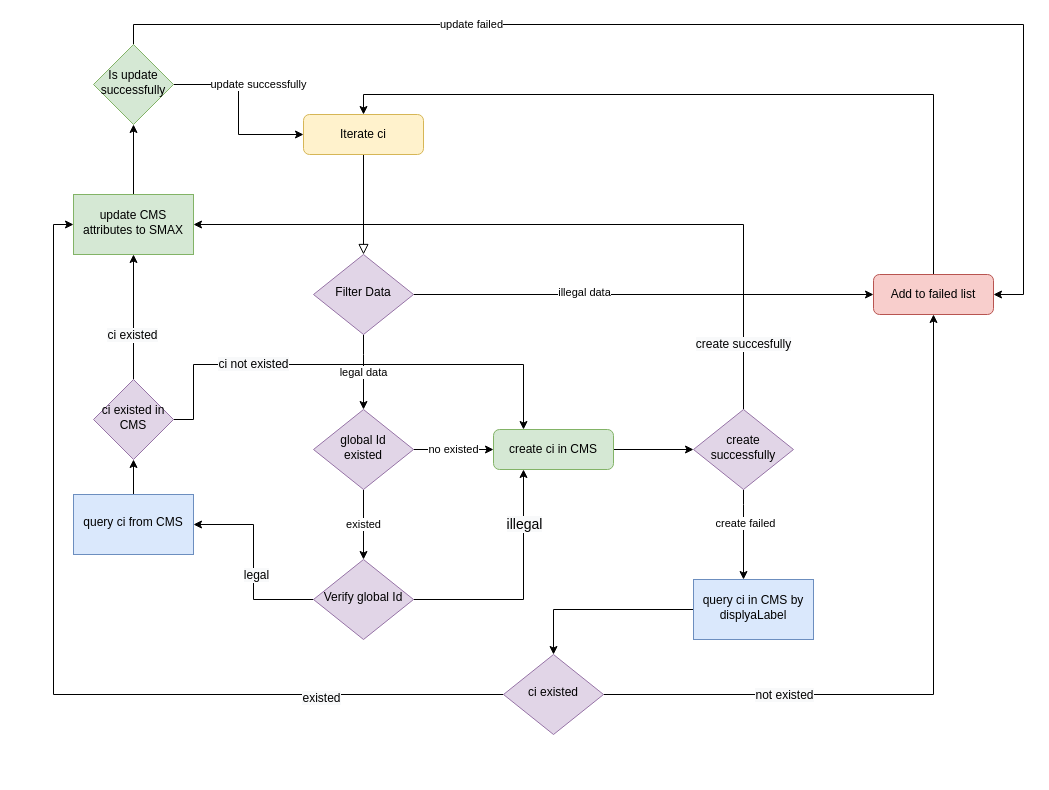
The draw.io diagram page "Page-1" (1 of 2) of 未命名绘图.drawio in Skylar-shanghai/diagrams, before the edit. Source tidied: cells renumbered, new cells numbered last; positions are measured from the earlier drawing's top-left corner, leaving out a move shared by most shapes. Both pictures are drawn from the tidied source at 100%, with x=0, y=0 at pixel (73, 24).
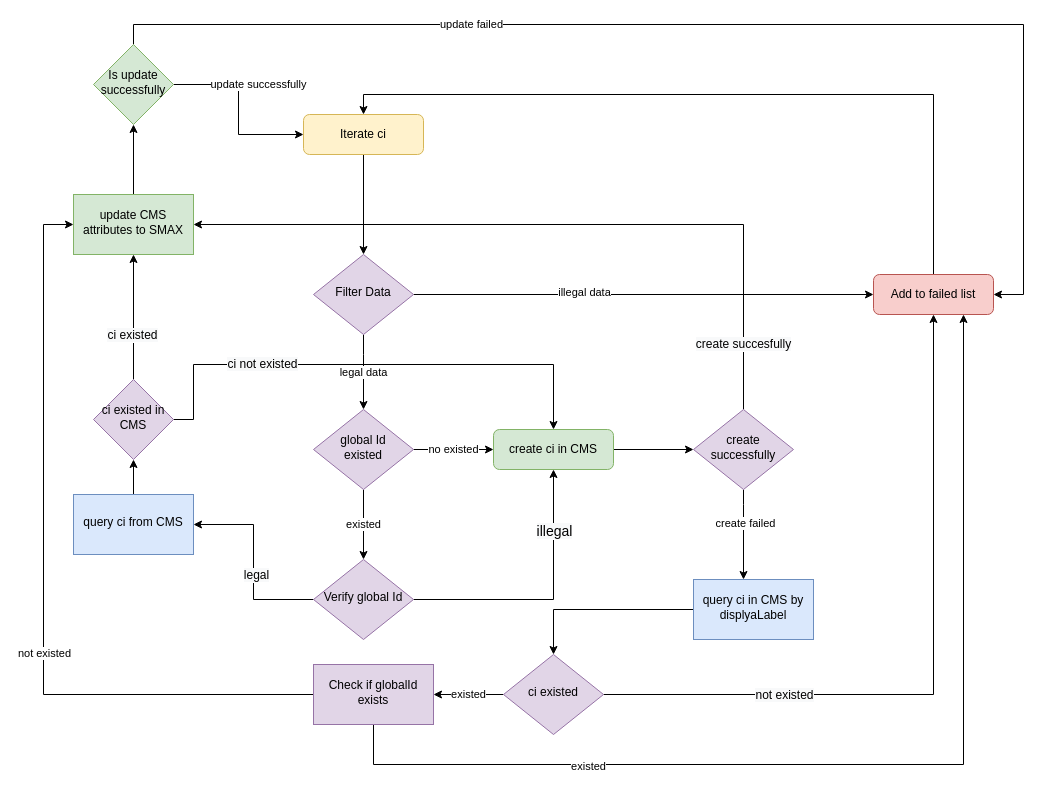
After the change.

Unchanged cells that the change refers to:
```xml
<mxCell id="3" value="Iterate ci" style="rounded=1;whiteSpace=wrap;html=1;fontSize=12;glass=0;strokeWidth=1;shadow=0;fillColor=#fff2cc;strokeColor=#d6b656;" parent="1" vertex="1">
  <mxGeometry x="230" y="90" width="120" height="40" as="geometry" />
</mxCell>
<mxCell id="7" value="Filter Data" style="rhombus;whiteSpace=wrap;html=1;shadow=0;fontFamily=Helvetica;fontSize=12;align=center;strokeWidth=1;spacing=6;spacingTop=-4;fillColor=#e1d5e7;strokeColor=#9673a6;" parent="1" vertex="1">
  <mxGeometry x="240" y="230" width="100" height="80" as="geometry" />
</mxCell>
<mxCell id="9" value="Add to failed list" style="rounded=1;whiteSpace=wrap;html=1;fontSize=12;glass=0;strokeWidth=1;shadow=0;fillColor=#f8cecc;strokeColor=#b85450;" parent="1" vertex="1">
  <mxGeometry x="800" y="250" width="120" height="40" as="geometry" />
</mxCell>
<mxCell id="14" value="create ci in CMS" style="rounded=1;whiteSpace=wrap;html=1;fontSize=12;glass=0;strokeWidth=1;shadow=0;fillColor=#d5e8d4;strokeColor=#82b366;" parent="1" vertex="1">
  <mxGeometry x="420" y="405" width="120" height="40" as="geometry" />
</mxCell>
<mxCell id="19" value="ci existed" style="rhombus;whiteSpace=wrap;html=1;shadow=0;fontFamily=Helvetica;fontSize=12;align=center;strokeWidth=1;spacing=6;spacingTop=-4;fillColor=#e1d5e7;strokeColor=#9673a6;" parent="1" vertex="1">
  <mxGeometry x="430" y="630" width="100" height="80" as="geometry" />
</mxCell>
<mxCell id="24" value="Verify global Id" style="rhombus;whiteSpace=wrap;html=1;shadow=0;fontFamily=Helvetica;fontSize=12;align=center;strokeWidth=1;spacing=6;spacingTop=-4;fillColor=#e1d5e7;strokeColor=#9673a6;" parent="1" vertex="1">
  <mxGeometry x="240" y="535" width="100" height="80" as="geometry" />
</mxCell>
<mxCell id="28" value="update CMS attributes to SMAX" style="whiteSpace=wrap;html=1;shadow=0;strokeWidth=1;spacing=6;spacingTop=-4;fillColor=#d5e8d4;strokeColor=#82b366;" parent="1" vertex="1">
  <mxGeometry y="170" width="120" height="60" as="geometry" />
</mxCell>
<mxCell id="33" value="ci existed in CMS" style="rhombus;whiteSpace=wrap;html=1;shadow=0;strokeWidth=1;spacing=6;spacingTop=-4;fillColor=#e1d5e7;strokeColor=#9673a6;" parent="1" vertex="1">
  <mxGeometry x="20" y="355" width="80" height="80" as="geometry" />
</mxCell>
```

What changed in the source:
```diff
@@
-    <mxCell id="2" style="rounded=0;html=1;jettySize=auto;fontSize=11;endArrow=block;endFill=0;endSize=8;strokeWidth=1;shadow=0;labelBackgroundColor=none;edgeStyle=orthogonalEdgeStyle;" parent="1" edge="1" source="3" target="7">
+    <mxCell id="2" style="edgeStyle=orthogonalEdgeStyle;rounded=0;jettySize=auto;html=1;" parent="1" edge="1" source="3" target="7">
       <mxGeometry relative="1" as="geometry" />
     </mxCell>
@@
-    <mxCell id="17" style="edgeStyle=orthogonalEdgeStyle;rounded=0;jettySize=auto;html=1;entryX=0;entryY=0.5;entryDx=0;entryDy=0;" parent="1" edge="1" source="19" target="28">
-      <mxGeometry relative="1" as="geometry" />
-    </mxCell>
-    <mxCell id="18" value="&lt;span style=&quot;font-size: 12px ; background-color: rgb(248 , 249 , 250)&quot;&gt;existed&lt;/span&gt;" style="edgeLabel;html=1;align=center;verticalAlign=middle;" parent="17" vertex="1">
-      <mxGeometry x="-0.61" y="3" relative="1" as="geometry" />
-    </mxCell>
+    <mxCell id="46" value="existed" style="edgeStyle=orthogonalEdgeStyle;rounded=0;jettySize=auto;html=1;" parent="1" edge="1" source="19" target="51">
+      <mxGeometry relative="1" as="geometry" />
+    </mxCell>
@@
-    <mxCell id="22" style="edgeStyle=orthogonalEdgeStyle;rounded=0;jettySize=auto;html=1;entryX=0.25;entryY=1;entryDx=0;entryDy=0;" parent="1" edge="1" source="24" target="14">
+    <mxCell id="22" style="edgeStyle=orthogonalEdgeStyle;rounded=0;jettySize=auto;html=1;entryX=0.5;entryY=1;entryDx=0;entryDy=0;" parent="1" edge="1" source="24" target="14">
       <mxGeometry relative="1" as="geometry" />
     </mxCell>
@@
-    <mxCell id="29" style="edgeStyle=orthogonalEdgeStyle;rounded=0;jettySize=auto;html=1;entryX=0.25;entryY=0;entryDx=0;entryDy=0;fontSize=12;" parent="1" edge="1" source="33" target="14">
+    <mxCell id="29" style="edgeStyle=orthogonalEdgeStyle;rounded=0;jettySize=auto;html=1;entryX=0.5;entryY=0;entryDx=0;entryDy=0;fontSize=12;" parent="1" edge="1" source="33" target="14">
       <mxGeometry relative="1" as="geometry">
         <Array as="points">
           <mxPoint x="120" y="395" />
           <mxPoint x="120" y="340" />
-          <mxPoint x="450" y="340" />
+          <mxPoint x="480" y="340" />
         </Array>
       </mxGeometry>
     </mxCell>
@@
+    <mxCell id="47" style="edgeStyle=orthogonalEdgeStyle;rounded=0;jettySize=auto;html=1;entryX=0.75;entryY=1;entryDx=0;entryDy=0;" parent="1" edge="1" source="51" target="9">
+      <mxGeometry relative="1" as="geometry">
+        <Array as="points">
+          <mxPoint x="300" y="740" />
+          <mxPoint x="890" y="740" />
+        </Array>
+      </mxGeometry>
+    </mxCell>
+    <mxCell id="48" value="existed" style="edgeLabel;html=1;align=center;verticalAlign=middle;" parent="47" vertex="1">
+      <mxGeometry x="-0.53" y="-1" relative="1" as="geometry" />
+    </mxCell>
+    <mxCell id="49" style="edgeStyle=orthogonalEdgeStyle;rounded=0;jettySize=auto;html=1;entryX=0;entryY=0.5;entryDx=0;entryDy=0;" parent="1" edge="1" source="51" target="28">
+      <mxGeometry relative="1" as="geometry">
+        <Array as="points">
+          <mxPoint x="-30" y="670" />
+          <mxPoint x="-30" y="200" />
+        </Array>
+      </mxGeometry>
+    </mxCell>
+    <mxCell id="50" value="not existed" style="edgeLabel;html=1;align=center;verticalAlign=middle;" parent="49" vertex="1">
+      <mxGeometry x="-0.19" relative="1" as="geometry" />
+    </mxCell>
+    <mxCell id="51" value="Check if globalId exists" style="whiteSpace=wrap;html=1;fillColor=#e1d5e7;strokeColor=#9673a6;shadow=0;strokeWidth=1;spacing=6;spacingTop=-4;" parent="1" vertex="1">
+      <mxGeometry x="240" y="640" width="120" height="60" as="geometry" />
+    </mxCell>
```
